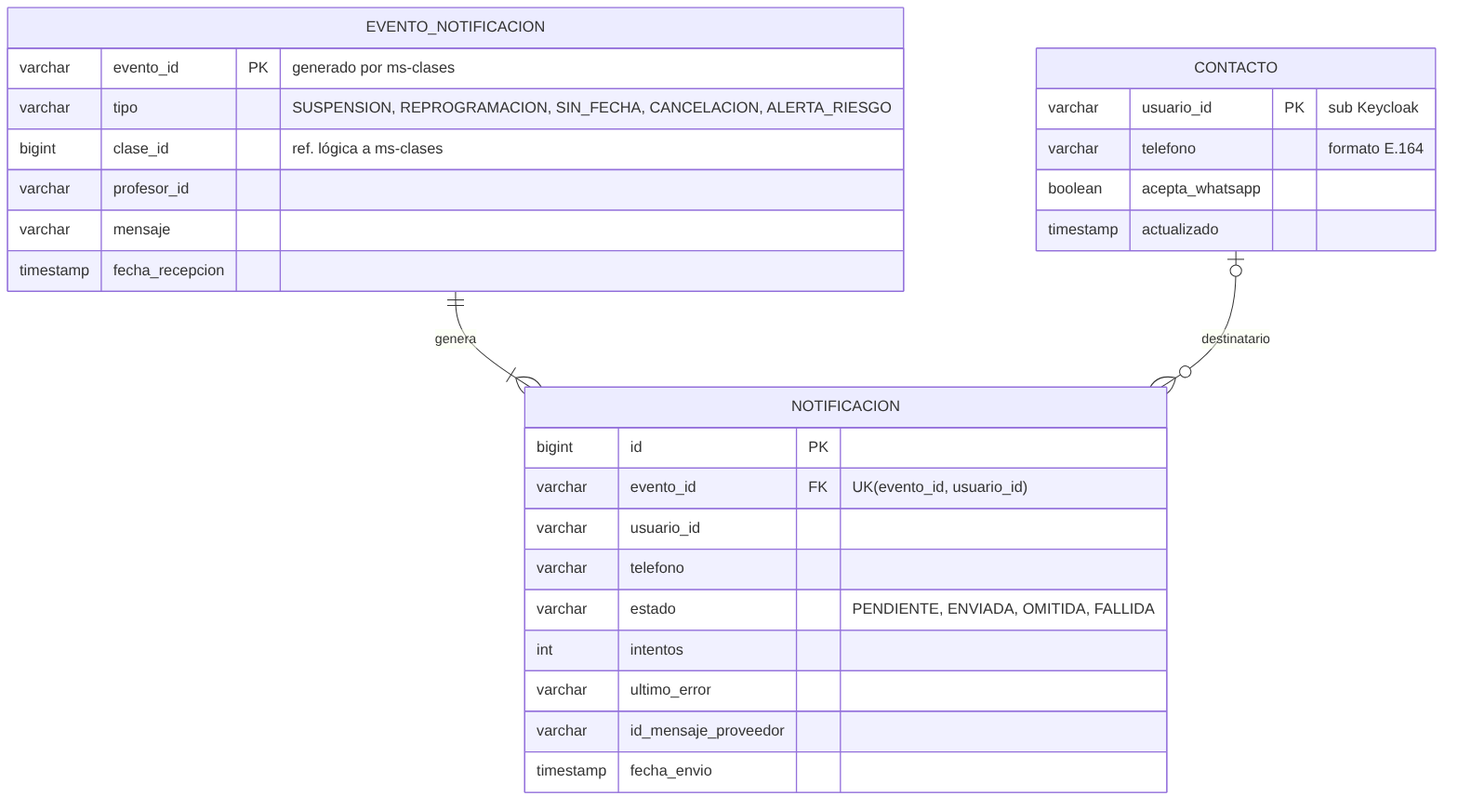
Earlier version of the Mermaid export docs/diagramas/der-notificaciones.png (tomy91449/climafit). Its source is kept beside it as docs/diagramas/der-notificaciones.mmd. Its diagram source:
```mermaid
erDiagram
  CONTACTO {
    varchar usuario_id PK "sub Keycloak"
    varchar telefono "formato E.164"
    boolean acepta_whatsapp
    timestamp actualizado
  }
  EVENTO_NOTIFICACION {
    varchar evento_id PK "generado por ms-clases"
    varchar tipo "SUSPENSION, REPROGRAMACION, SIN_FECHA, CANCELACION, ALERTA_RIESGO"
    bigint clase_id "ref. lógica a ms-clases"
    varchar profesor_id
    varchar mensaje
    timestamp fecha_recepcion
  }
  NOTIFICACION {
    bigint id PK
    varchar evento_id FK "UK(evento_id, usuario_id)"
    varchar usuario_id
    varchar telefono
    varchar estado "PENDIENTE, ENVIADA, OMITIDA, FALLIDA"
    int intentos
    varchar ultimo_error
    varchar id_mensaje_proveedor
    timestamp fecha_envio
  }
  EVENTO_NOTIFICACION ||--|{ NOTIFICACION : "genera"
  CONTACTO |o--o{ NOTIFICACION : "destinatario"
```
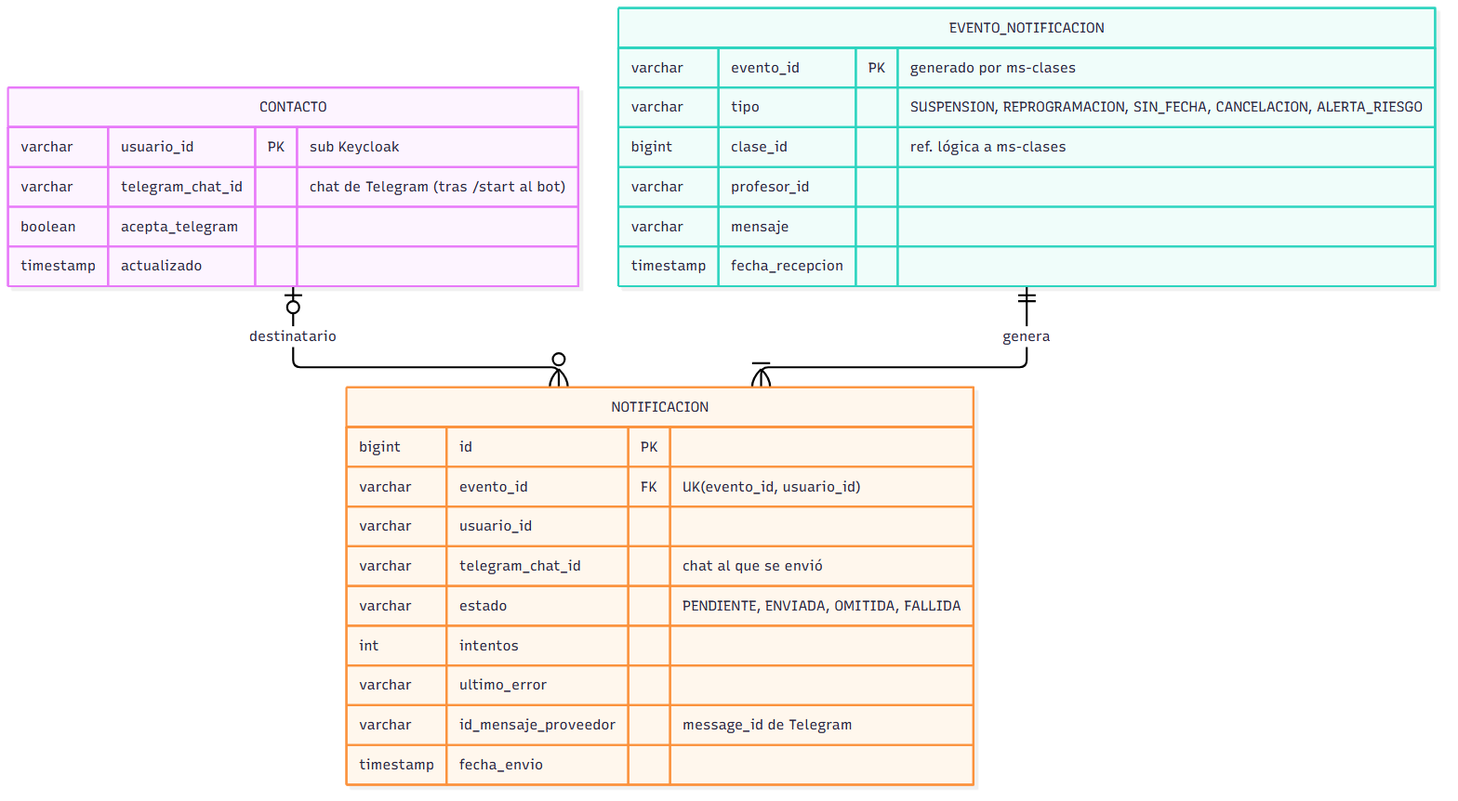
The same file after the commit.

Diff of the diagram source:
```diff
@@ -1,8 +1,8 @@
 erDiagram
   CONTACTO {
     varchar usuario_id PK "sub Keycloak"
-    varchar telefono "formato E.164"
-    boolean acepta_whatsapp
+    varchar telegram_chat_id "chat de Telegram (tras /start al bot)"
+    boolean acepta_telegram
     timestamp actualizado
   }
   EVENTO_NOTIFICACION {
@@ -17,11 +17,11 @@
     bigint id PK
     varchar evento_id FK "UK(evento_id, usuario_id)"
     varchar usuario_id
-    varchar telefono
+    varchar telegram_chat_id "chat al que se envió"
     varchar estado "PENDIENTE, ENVIADA, OMITIDA, FALLIDA"
     int intentos
     varchar ultimo_error
-    varchar id_mensaje_proveedor
+    varchar id_mensaje_proveedor "message_id de Telegram"
     timestamp fecha_envio
   }
   EVENTO_NOTIFICACION ||--|{ NOTIFICACION : "genera"
```
